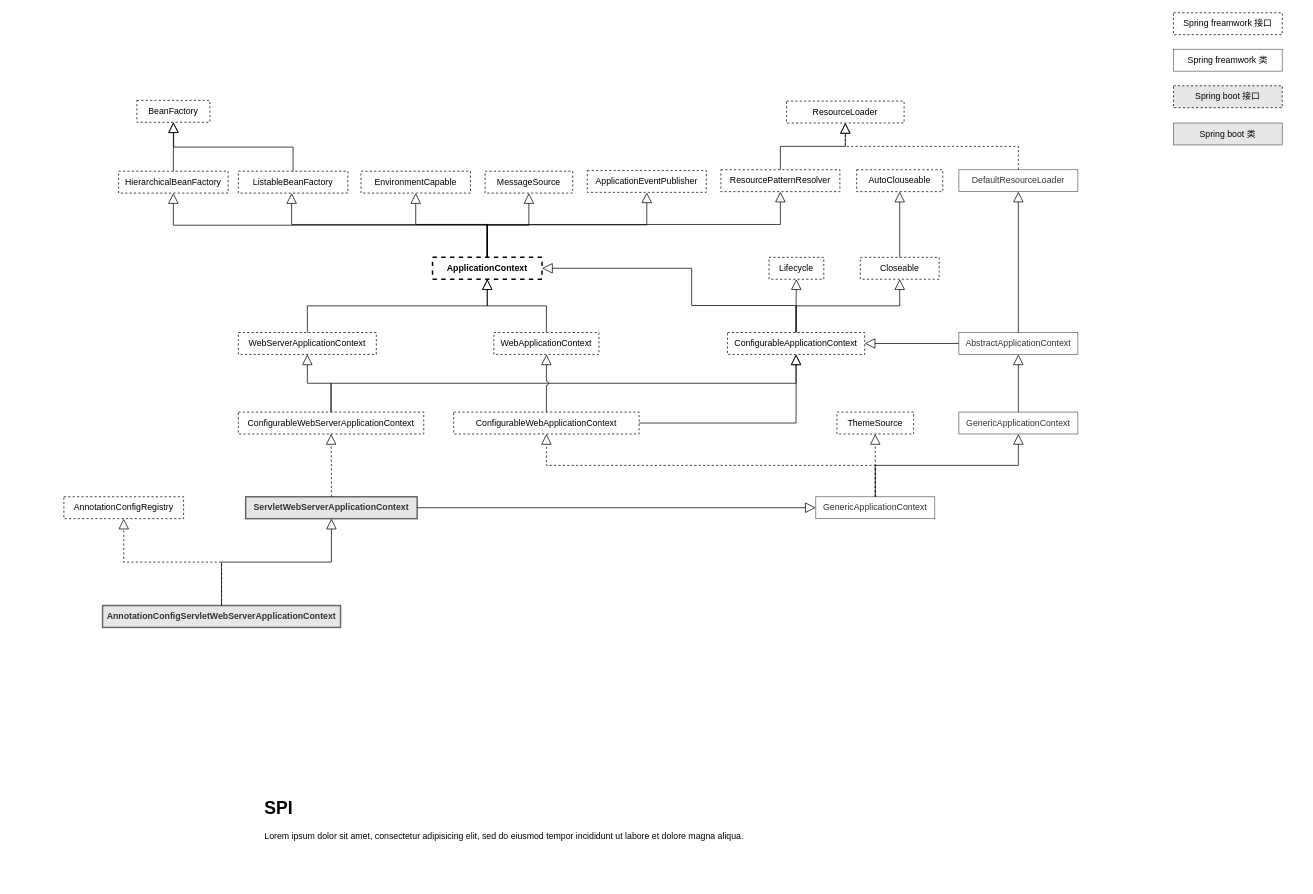
This is page "类继承图" (3 of 4) of spring-boot.drawio from ljq199612/diagram, a draw.io file, before an edit. Source tidied: cells renumbered, new cells numbered last; positions are measured from the earlier drawing's top-left corner, leaving out a move shared by most shapes. Both pictures are drawn from the tidied source at 73%, with x=0, y=0 at pixel (64, 12).
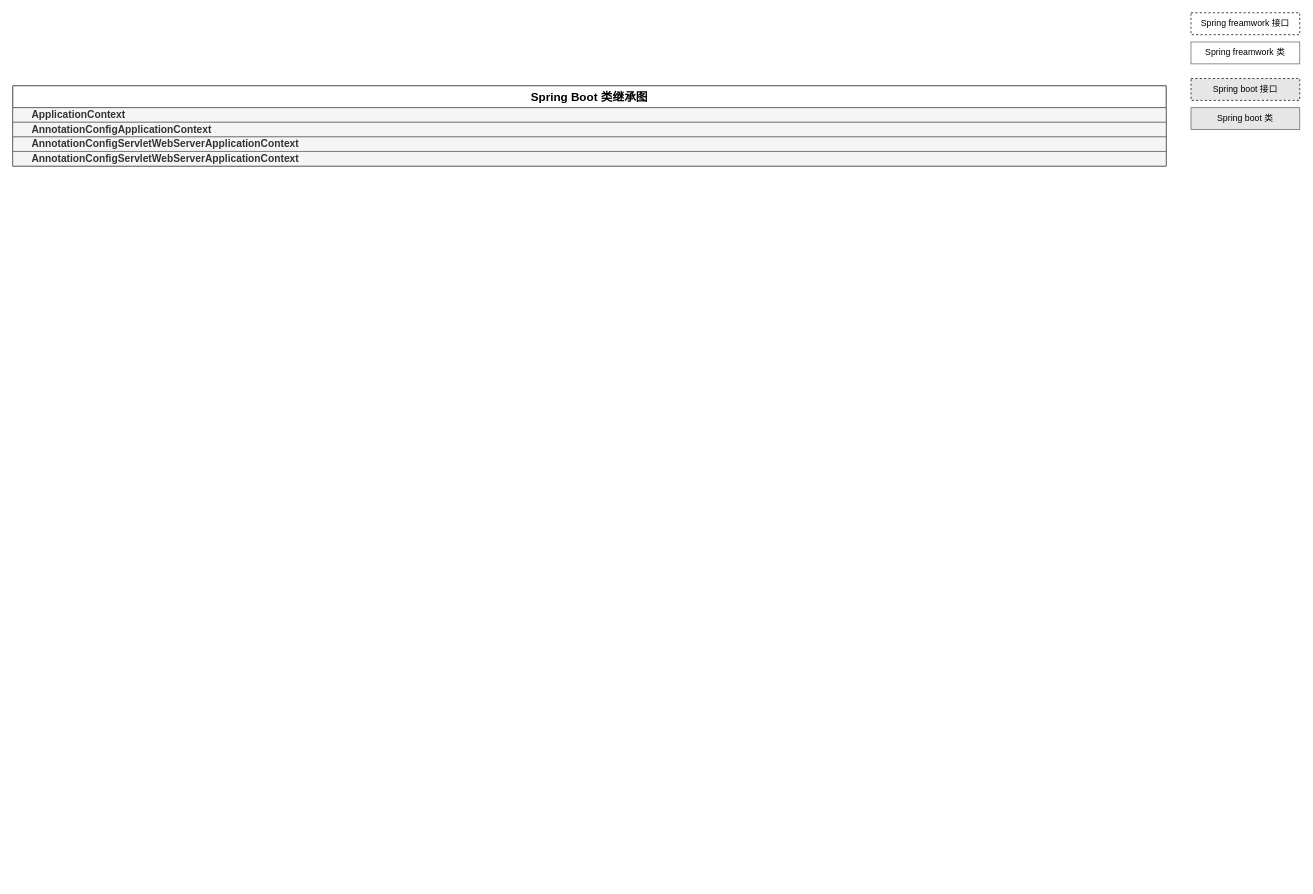
Above is the later version.

Diff of the diagram source:
```diff
@@
-    <mxCell id="2" value="&lt;div&gt;BeanFactory&lt;/div&gt;" style="html=1;whiteSpace=wrap;strokeWidth=1;dashed=1;" parent="1" vertex="1">
-      <mxGeometry x="100" y="120" width="100" height="30" as="geometry" />
-    </mxCell>
-    <mxCell id="3" value="&lt;div&gt;HierarchicalBeanFactory&lt;/div&gt;" style="html=1;whiteSpace=wrap;dashed=1;" parent="1" vertex="1">
-      <mxGeometry x="75" y="217" width="150" height="30" as="geometry" />
-    </mxCell>
-    <mxCell id="4" value="ListableBeanFactory" style="html=1;whiteSpace=wrap;dashed=1;" parent="1" vertex="1">
-      <mxGeometry x="239" y="217" width="150" height="30" as="geometry" />
-    </mxCell>
-    <mxCell id="5" value="ApplicationContext" style="html=1;whiteSpace=wrap;fontStyle=1;dashed=1;shadow=0;rounded=0;glass=0;strokeWidth=2;" parent="1" vertex="1">
-      <mxGeometry x="505" y="335" width="150" height="30" as="geometry" />
-    </mxCell>
-    <mxCell id="6" value="EnvironmentCapable" style="html=1;whiteSpace=wrap;dashed=1;" parent="1" vertex="1">
-      <mxGeometry x="407" y="217" width="150" height="30" as="geometry" />
-    </mxCell>
-    <mxCell id="7" value="MessageSource" style="html=1;whiteSpace=wrap;dashed=1;" parent="1" vertex="1">
-      <mxGeometry x="577" y="217" width="120" height="30" as="geometry" />
-    </mxCell>
-    <mxCell id="8" value="&lt;div&gt;ApplicationEventPublisher&lt;/div&gt;" style="html=1;whiteSpace=wrap;dashed=1;" parent="1" vertex="1">
-      <mxGeometry x="717" y="216" width="163" height="30" as="geometry" />
-    </mxCell>
-    <mxCell id="9" value="DefaultResourceLoader" style="html=1;whiteSpace=wrap;fillColor=default;strokeColor=#666666;fontColor=#333333;" parent="1" vertex="1">
-      <mxGeometry x="1226" y="215" width="163" height="30" as="geometry" />
-    </mxCell>
-    <mxCell id="10" style="endArrow=block;endSize=12;endFill=0;html=1;rounded=0;entryX=0.5;entryY=1;entryDx=0;entryDy=0;exitX=0.5;exitY=0;exitDx=0;exitDy=0;startSize=6;" parent="1" edge="1" source="3" target="2">
-      <mxGeometry relative="1" as="geometry" />
-    </mxCell>
-    <mxCell id="11" style="endArrow=block;endSize=12;endFill=0;html=1;rounded=0;exitX=0.5;exitY=0;exitDx=0;exitDy=0;startSize=6;edgeStyle=orthogonalEdgeStyle;" parent="1" edge="1" source="4">
-      <mxGeometry relative="1" as="geometry">
-        <mxPoint x="150" y="150" as="targetPoint" />
-      </mxGeometry>
-    </mxCell>
-    <mxCell id="12" style="endArrow=block;endSize=12;endFill=0;html=1;rounded=0;exitX=0.5;exitY=0;exitDx=0;exitDy=0;startSize=6;edgeStyle=orthogonalEdgeStyle;entryX=0.5;entryY=1;entryDx=0;entryDy=0;" parent="1" edge="1" source="5" target="3">
-      <mxGeometry relative="1" as="geometry" />
-    </mxCell>
-    <mxCell id="13" style="endArrow=block;endSize=12;endFill=0;html=1;rounded=0;exitX=0.5;exitY=0;exitDx=0;exitDy=0;startSize=6;edgeStyle=orthogonalEdgeStyle;" parent="1" edge="1" source="5" target="4">
-      <mxGeometry relative="1" as="geometry">
-        <Array as="points">
-          <mxPoint x="580" y="290" />
-          <mxPoint x="312" y="290" />
-        </Array>
-      </mxGeometry>
-    </mxCell>
-    <mxCell id="14" style="endArrow=block;endSize=12;endFill=0;html=1;rounded=0;startSize=6;edgeStyle=orthogonalEdgeStyle;entryX=0.5;entryY=1;entryDx=0;entryDy=0;exitX=0.5;exitY=0;exitDx=0;exitDy=0;" parent="1" edge="1" source="5" target="6">
-      <mxGeometry relative="1" as="geometry">
-        <Array as="points">
-          <mxPoint x="580" y="290" />
-          <mxPoint x="482" y="290" />
-        </Array>
-      </mxGeometry>
-    </mxCell>
-    <mxCell id="15" style="endArrow=block;endSize=12;endFill=0;html=1;rounded=0;exitX=0.5;exitY=0;exitDx=0;exitDy=0;startSize=6;edgeStyle=orthogonalEdgeStyle;entryX=0.5;entryY=1;entryDx=0;entryDy=0;" parent="1" edge="1" source="5" target="7">
-      <mxGeometry relative="1" as="geometry" />
-    </mxCell>
-    <mxCell id="16" style="endArrow=block;endSize=12;endFill=0;html=1;rounded=0;exitX=0.5;exitY=0;exitDx=0;exitDy=0;startSize=6;edgeStyle=orthogonalEdgeStyle;entryX=0.5;entryY=1;entryDx=0;entryDy=0;" parent="1" edge="1" source="5" target="8">
-      <mxGeometry relative="1" as="geometry" />
-    </mxCell>
-    <mxCell id="17" value="ResourcePatternResolver" style="html=1;whiteSpace=wrap;dashed=1;" parent="1" vertex="1">
-      <mxGeometry x="900" y="215" width="163" height="30" as="geometry" />
-    </mxCell>
-    <mxCell id="18" value="ResourceLoader" style="html=1;whiteSpace=wrap;dashed=1;" parent="1" vertex="1">
-      <mxGeometry x="990" y="121" width="161" height="30" as="geometry" />
-    </mxCell>
-    <mxCell id="19" style="endArrow=block;dashed=1;endFill=0;endSize=12;html=1;rounded=0;entryX=0.5;entryY=1;entryDx=0;entryDy=0;exitX=0.5;exitY=0;exitDx=0;exitDy=0;edgeStyle=orthogonalEdgeStyle;" parent="1" edge="1" source="9" target="18">
-      <mxGeometry relative="1" as="geometry" />
-    </mxCell>
-    <mxCell id="20" style="endArrow=block;endSize=12;endFill=0;html=1;rounded=0;entryX=0.5;entryY=1;entryDx=0;entryDy=0;exitX=0.5;exitY=0;exitDx=0;exitDy=0;startSize=6;edgeStyle=orthogonalEdgeStyle;" parent="1" edge="1" source="17" target="18">
-      <mxGeometry relative="1" as="geometry" />
-    </mxCell>
-    <mxCell id="21" style="endArrow=block;endSize=12;endFill=0;html=1;rounded=0;exitX=0.5;exitY=0;exitDx=0;exitDy=0;startSize=6;edgeStyle=orthogonalEdgeStyle;entryX=0.5;entryY=1;entryDx=0;entryDy=0;" parent="1" edge="1" source="5" target="17">
-      <mxGeometry relative="1" as="geometry" />
-    </mxCell>
-    <mxCell id="22" value="&lt;div&gt;WebServerApplicationContext&lt;/div&gt;" style="html=1;whiteSpace=wrap;dashed=1;" parent="1" vertex="1">
-      <mxGeometry x="239" y="438" width="189" height="30" as="geometry" />
-    </mxCell>
-    <mxCell id="23" style="endArrow=block;endSize=12;endFill=0;html=1;rounded=0;entryX=0.5;entryY=1;entryDx=0;entryDy=0;exitX=0.5;exitY=0;exitDx=0;exitDy=0;startSize=6;edgeStyle=orthogonalEdgeStyle;" parent="1" edge="1" source="22" target="5">
-      <mxGeometry relative="1" as="geometry" />
-    </mxCell>
-    <mxCell id="24" value="&lt;div&gt;WebApplicationContext&lt;/div&gt;" style="html=1;whiteSpace=wrap;dashed=1;" parent="1" vertex="1">
-      <mxGeometry x="589" y="438" width="144" height="30" as="geometry" />
-    </mxCell>
-    <mxCell id="25" style="endArrow=block;endSize=12;endFill=0;html=1;rounded=0;startSize=6;edgeStyle=orthogonalEdgeStyle;entryX=0.5;entryY=1;entryDx=0;entryDy=0;jumpStyle=arc;" parent="1" edge="1" source="24" target="5">
-      <mxGeometry relative="1" as="geometry" />
-    </mxCell>
-    <mxCell id="26" value="ConfigurableApplicationContext" style="html=1;whiteSpace=wrap;dashed=1;" parent="1" vertex="1">
-      <mxGeometry x="909" y="438" width="188" height="30" as="geometry" />
-    </mxCell>
-    <mxCell id="27" value="Lifecycle" style="html=1;whiteSpace=wrap;dashed=1;" parent="1" vertex="1">
-      <mxGeometry x="966" y="335" width="75" height="30" as="geometry" />
-    </mxCell>
-    <mxCell id="28" value="Closeable" style="html=1;whiteSpace=wrap;dashed=1;" parent="1" vertex="1">
-      <mxGeometry x="1091" y="335" width="108" height="30" as="geometry" />
-    </mxCell>
-    <mxCell id="29" value="AutoClouseable" style="html=1;whiteSpace=wrap;dashed=1;" parent="1" vertex="1">
-      <mxGeometry x="1086" y="215" width="118" height="30" as="geometry" />
-    </mxCell>
-    <mxCell id="30" style="endArrow=block;endSize=12;endFill=0;html=1;rounded=0;exitX=0.5;exitY=0;exitDx=0;exitDy=0;startSize=6;edgeStyle=orthogonalEdgeStyle;entryX=0.5;entryY=1;entryDx=0;entryDy=0;" parent="1" edge="1" source="28" target="29">
-      <mxGeometry relative="1" as="geometry" />
-    </mxCell>
-    <mxCell id="31" style="endArrow=block;endSize=12;endFill=0;html=1;rounded=0;startSize=6;edgeStyle=orthogonalEdgeStyle;entryX=0.5;entryY=1;entryDx=0;entryDy=0;exitX=0.5;exitY=0;exitDx=0;exitDy=0;" parent="1" edge="1" source="26" target="27">
-      <mxGeometry relative="1" as="geometry" />
-    </mxCell>
-    <mxCell id="32" value="ConfigurableWebServerApplicationContext" style="html=1;whiteSpace=wrap;dashed=1;" parent="1" vertex="1">
-      <mxGeometry x="239" y="547" width="254" height="30" as="geometry" />
-    </mxCell>
-    <mxCell id="33" style="endArrow=block;endSize=12;endFill=0;html=1;rounded=0;startSize=6;edgeStyle=orthogonalEdgeStyle;entryX=0.5;entryY=1;entryDx=0;entryDy=0;exitX=0.5;exitY=0;exitDx=0;exitDy=0;" parent="1" edge="1" source="32" target="22">
-      <mxGeometry relative="1" as="geometry" />
-    </mxCell>
-    <mxCell id="34" style="endArrow=block;endSize=12;endFill=0;html=1;rounded=0;startSize=6;edgeStyle=orthogonalEdgeStyle;entryX=0.5;entryY=1;entryDx=0;entryDy=0;exitX=0.5;exitY=0;exitDx=0;exitDy=0;" parent="1" edge="1" source="32" target="26">
-      <mxGeometry relative="1" as="geometry" />
-    </mxCell>
-    <mxCell id="35" value="ConfigurableWebApplicationContext" style="html=1;whiteSpace=wrap;dashed=1;" parent="1" vertex="1">
-      <mxGeometry x="534" y="547" width="254" height="30" as="geometry" />
-    </mxCell>
-    <mxCell id="36" style="endArrow=block;endSize=12;endFill=0;html=1;rounded=0;startSize=6;edgeStyle=orthogonalEdgeStyle;entryX=0.5;entryY=1;entryDx=0;entryDy=0;exitX=0.5;exitY=0;exitDx=0;exitDy=0;jumpStyle=arc;" parent="1" edge="1" source="35" target="24">
-      <mxGeometry relative="1" as="geometry" />
-    </mxCell>
-    <mxCell id="37" style="endArrow=block;endSize=12;endFill=0;html=1;rounded=0;startSize=6;edgeStyle=orthogonalEdgeStyle;exitX=1;exitY=0.5;exitDx=0;exitDy=0;" parent="1" edge="1" source="35" target="26">
-      <mxGeometry relative="1" as="geometry" />
-    </mxCell>
-    <mxCell id="38" value="AbstractApplicationContext" style="html=1;whiteSpace=wrap;fillColor=default;strokeColor=#666666;fontColor=#333333;" parent="1" vertex="1">
-      <mxGeometry x="1226" y="438" width="163" height="30" as="geometry" />
-    </mxCell>
-    <mxCell id="39" style="endArrow=block;endSize=12;endFill=0;html=1;rounded=0;exitX=0.5;exitY=0;exitDx=0;exitDy=0;startSize=6;edgeStyle=orthogonalEdgeStyle;" parent="1" edge="1" source="38" target="9">
-      <mxGeometry relative="1" as="geometry" />
-    </mxCell>
-    <mxCell id="40" value="GenericApplicationContext" style="html=1;whiteSpace=wrap;fillColor=default;strokeColor=#666666;fontColor=#333333;" parent="1" vertex="1">
-      <mxGeometry x="1226" y="547" width="163" height="30" as="geometry" />
-    </mxCell>
-    <mxCell id="41" style="endArrow=block;endSize=12;endFill=0;html=1;rounded=0;exitX=0.5;exitY=0;exitDx=0;exitDy=0;startSize=6;edgeStyle=orthogonalEdgeStyle;entryX=0.5;entryY=1;entryDx=0;entryDy=0;" parent="1" edge="1" source="40" target="38">
-      <mxGeometry relative="1" as="geometry" />
-    </mxCell>
-    <mxCell id="42" style="endArrow=block;endSize=12;endFill=0;html=1;rounded=0;exitX=0;exitY=0.5;exitDx=0;exitDy=0;startSize=6;edgeStyle=orthogonalEdgeStyle;entryX=1;entryY=0.5;entryDx=0;entryDy=0;" parent="1" edge="1" source="38" target="26">
-      <mxGeometry relative="1" as="geometry" />
-    </mxCell>
-    <mxCell id="43" value="GenericApplicationContext" style="html=1;whiteSpace=wrap;fillColor=default;strokeColor=#666666;fontColor=#333333;" parent="1" vertex="1">
-      <mxGeometry x="1030" y="663" width="163" height="30" as="geometry" />
-    </mxCell>
-    <mxCell id="44" style="endArrow=block;dashed=1;endFill=0;endSize=12;html=1;rounded=0;entryX=0.5;entryY=1;entryDx=0;entryDy=0;exitX=0.5;exitY=0;exitDx=0;exitDy=0;edgeStyle=orthogonalEdgeStyle;" parent="1" edge="1" source="43" target="35">
-      <mxGeometry relative="1" as="geometry" />
-    </mxCell>
-    <mxCell id="45" style="endArrow=block;endSize=12;endFill=0;html=1;rounded=0;exitX=0.5;exitY=0;exitDx=0;exitDy=0;startSize=6;edgeStyle=orthogonalEdgeStyle;entryX=0.5;entryY=1;entryDx=0;entryDy=0;" parent="1" edge="1" source="43" target="40">
-      <mxGeometry relative="1" as="geometry" />
-    </mxCell>
-    <mxCell id="46" value="ThemeSource" style="html=1;whiteSpace=wrap;dashed=1;" parent="1" vertex="1">
-      <mxGeometry x="1059" y="547" width="105" height="30" as="geometry" />
-    </mxCell>
-    <mxCell id="47" style="endArrow=block;dashed=1;endFill=0;endSize=12;html=1;rounded=0;entryX=0.5;entryY=1;entryDx=0;entryDy=0;exitX=0.5;exitY=0;exitDx=0;exitDy=0;edgeStyle=orthogonalEdgeStyle;" parent="1" edge="1" source="43" target="46">
-      <mxGeometry relative="1" as="geometry" />
-    </mxCell>
-    <mxCell id="48" value="ServletWebServerApplicationContext" style="html=1;whiteSpace=wrap;fillColor=#E6E6E6;strokeColor=#666666;fontColor=#333333;fontStyle=1;strokeWidth=2;" parent="1" vertex="1">
-      <mxGeometry x="249" y="663" width="235" height="30" as="geometry" />
-    </mxCell>
-    <mxCell id="49" style="endArrow=block;endSize=12;endFill=0;html=1;rounded=0;exitX=1;exitY=0.5;exitDx=0;exitDy=0;startSize=6;edgeStyle=orthogonalEdgeStyle;entryX=0;entryY=0.5;entryDx=0;entryDy=0;" parent="1" edge="1" source="48" target="43">
-      <mxGeometry relative="1" as="geometry" />
-    </mxCell>
-    <mxCell id="50" style="endArrow=block;dashed=1;endFill=0;endSize=12;html=1;rounded=0;exitX=0.5;exitY=0;exitDx=0;exitDy=0;edgeStyle=orthogonalEdgeStyle;" parent="1" edge="1" source="48" target="32">
-      <mxGeometry relative="1" as="geometry" />
-    </mxCell>
-    <mxCell id="51" style="endArrow=block;endSize=12;endFill=0;html=1;rounded=0;startSize=6;edgeStyle=orthogonalEdgeStyle;entryX=1;entryY=0.5;entryDx=0;entryDy=0;jumpStyle=arc;exitX=0.5;exitY=0;exitDx=0;exitDy=0;" parent="1" edge="1" source="26" target="5">
-      <mxGeometry relative="1" as="geometry">
-        <Array as="points">
-          <mxPoint x="1003" y="401" />
-          <mxPoint x="860" y="401" />
-          <mxPoint x="860" y="350" />
-        </Array>
-      </mxGeometry>
-    </mxCell>
     <mxCell id="52" value="Spring freamwork 接口" style="html=1;whiteSpace=wrap;strokeWidth=1;dashed=1;" parent="1" vertex="1">
-      <mxGeometry x="1520" width="149" height="30" as="geometry" />
+      <mxGeometry x="1544" width="149" height="30" as="geometry" />
     </mxCell>
     <mxCell id="53" value="Spring boot 接口" style="html=1;whiteSpace=wrap;strokeWidth=1;dashed=1;fillColor=#E6E6E6;" parent="1" vertex="1">
-      <mxGeometry x="1520" y="100" width="149" height="30" as="geometry" />
+      <mxGeometry x="1544" y="90" width="149" height="30" as="geometry" />
     </mxCell>
     <mxCell id="54" value="Spring boot 类" style="html=1;whiteSpace=wrap;strokeWidth=1;fillColor=#E6E6E6;strokeColor=#666666;" parent="1" vertex="1">
-      <mxGeometry x="1520" y="151" width="149" height="30" as="geometry" />
+      <mxGeometry x="1544" y="130" width="149" height="30" as="geometry" />
     </mxCell>
     <mxCell id="55" value="Spring freamwork 类" style="html=1;whiteSpace=wrap;strokeWidth=1;strokeColor=#666666;" parent="1" vertex="1">
-      <mxGeometry x="1520" y="50" width="149" height="30" as="geometry" />
+      <mxGeometry x="1544" y="40" width="149" height="30" as="geometry" />
     </mxCell>
-    <mxCell id="56" style="endArrow=block;endSize=12;endFill=0;html=1;rounded=0;exitX=0.5;exitY=0;exitDx=0;exitDy=0;startSize=6;edgeStyle=orthogonalEdgeStyle;entryX=0.5;entryY=1;entryDx=0;entryDy=0;" parent="1" edge="1" source="26" target="28">
-      <mxGeometry relative="1" as="geometry" />
-    </mxCell>
-    <mxCell id="57" value="&lt;h1&gt;SPI&lt;br&gt;&lt;/h1&gt;&lt;p&gt;Lorem ipsum dolor sit amet, consectetur adipisicing elit, sed do eiusmod tempor incididunt ut labore et dolore magna aliqua.&lt;/p&gt;" style="text;html=1;strokeColor=none;fillColor=none;spacing=5;spacingTop=-20;whiteSpace=wrap;overflow=hidden;rounded=0;" parent="1" vertex="1">
-      <mxGeometry x="270" y="1070" width="707" height="120" as="geometry" />
-    </mxCell>
-    <mxCell id="58" value="AnnotationConfigServletWebServerApplicationContext" style="html=1;whiteSpace=wrap;fillColor=#E6E6E6;strokeColor=#666666;fontColor=#333333;fontStyle=1;strokeWidth=2;" parent="1" vertex="1">
-      <mxGeometry x="53" y="812" width="326" height="30" as="geometry" />
-    </mxCell>
-    <mxCell id="59" value="AnnotationConfigRegistry" style="html=1;whiteSpace=wrap;dashed=1;" parent="1" vertex="1">
-      <mxGeometry y="663" width="164" height="30" as="geometry" />
-    </mxCell>
-    <mxCell id="60" style="endArrow=block;endSize=12;endFill=0;html=1;rounded=0;startSize=6;edgeStyle=orthogonalEdgeStyle;entryX=0.5;entryY=1;entryDx=0;entryDy=0;exitX=0.5;exitY=0;exitDx=0;exitDy=0;jumpStyle=arc;" parent="1" edge="1" source="58" target="48">
-      <mxGeometry relative="1" as="geometry" />
-    </mxCell>
-    <mxCell id="61" style="endArrow=block;dashed=1;endFill=0;endSize=12;html=1;rounded=0;exitX=0.5;exitY=0;exitDx=0;exitDy=0;edgeStyle=orthogonalEdgeStyle;entryX=0.5;entryY=1;entryDx=0;entryDy=0;" parent="1" edge="1" source="58" target="59">
-      <mxGeometry relative="1" as="geometry" />
-    </mxCell>
+    <mxCell id="62" value="&lt;b&gt;&lt;font style=&quot;font-size: 16px;&quot;&gt;Spring Boot 类继承图&lt;/font&gt;&lt;/b&gt;" style="swimlane;fontStyle=0;horizontal=1;startSize=30;whiteSpace=wrap;html=1;" parent="1" vertex="1">
+      <mxGeometry x="-70" y="100" width="1580" height="110" as="geometry" />
+    </mxCell>
+    <mxCell id="5" value="&lt;font style=&quot;font-size: 14px;&quot;&gt;ApplicationContext&lt;/font&gt;" style="swimlane;whiteSpace=wrap;html=1;fillColor=#f5f5f5;fontColor=#333333;strokeColor=#666666;align=left;spacingLeft=24;" parent="62" vertex="1" collapsed="1">
+      <mxGeometry y="30" width="1580" height="20" as="geometry" />
+    </mxCell>
+    <mxCell id="63" value="&lt;font style=&quot;font-size: 14px;&quot;&gt;AnnotationConfigApplicationContext&lt;/font&gt;" style="swimlane;whiteSpace=wrap;html=1;fillColor=#f5f5f5;fontColor=#333333;strokeColor=#666666;align=left;spacingLeft=24;" parent="62" vertex="1" collapsed="1">
+      <mxGeometry y="50" width="1580" height="20" as="geometry" />
+    </mxCell>
+    <mxCell id="64" value="&lt;font style=&quot;font-size: 14px;&quot;&gt;AnnotationConfigServletWebServerApplicationContext&lt;/font&gt;" style="swimlane;whiteSpace=wrap;html=1;fillColor=#f5f5f5;fontColor=#333333;strokeColor=#666666;align=left;spacingLeft=24;" parent="62" vertex="1" collapsed="1">
+      <mxGeometry y="70" width="1580" height="20" as="geometry" />
+    </mxCell>
+    <mxCell id="65" value="&lt;font style=&quot;font-size: 14px;&quot;&gt;AnnotationConfigServletWebServerApplicationContext&lt;/font&gt;" style="swimlane;whiteSpace=wrap;html=1;fillColor=#f5f5f5;fontColor=#333333;strokeColor=#666666;align=left;spacingLeft=24;" parent="62" vertex="1" collapsed="1">
+      <mxGeometry y="90" width="1580" height="20" as="geometry" />
+    </mxCell>
```
